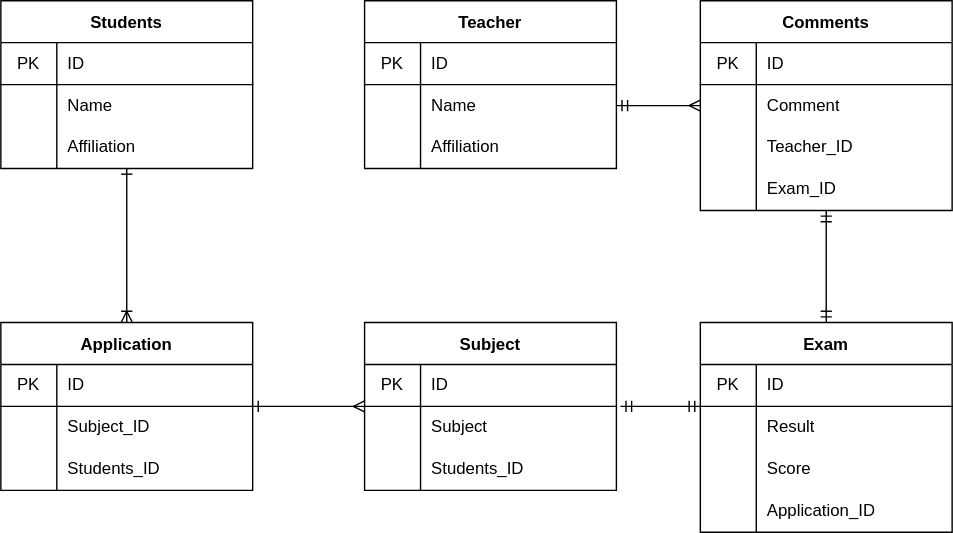
Above: task.drawio.svg in Atsuko-Yamamoto/20220925yamamoto (draw.io), before the change. Source tidied: cells renumbered, new cells last; positions are measured from the earlier drawing's top-left corner, leaving out a move shared by most shapes.
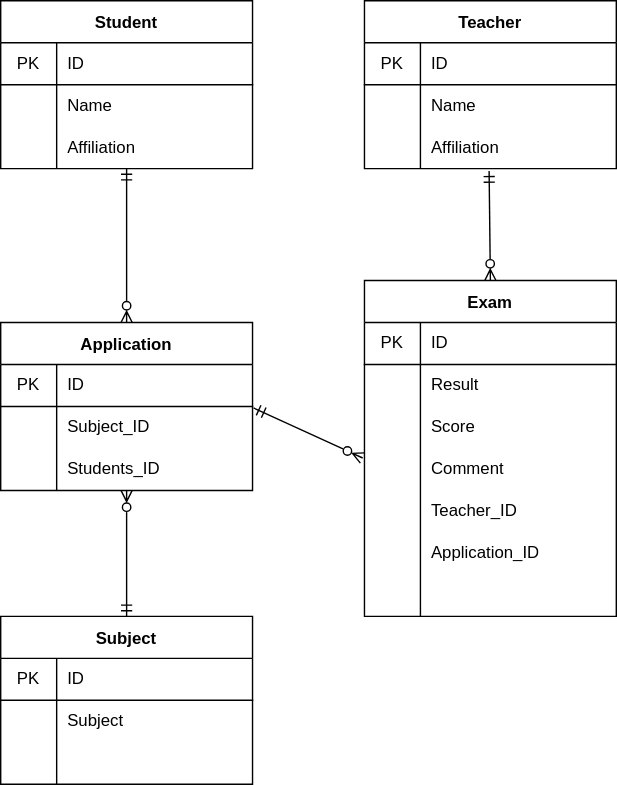
Later version of the same file.

Diff of the diagram source:
```diff
@@ -2,10 +2,10 @@
   <root>
     <mxCell id="0" />
     <mxCell id="1" parent="0" />
-    <mxCell id="2" style="edgeStyle=none;html=1;startArrow=ERone;startFill=0;endArrow=ERoneToMany;endFill=0;" parent="1" edge="1" source="3" target="24">
+    <mxCell id="2" style="edgeStyle=none;html=1;startArrow=ERmandOne;startFill=0;endArrow=ERzeroToMany;endFill=0;" parent="1" edge="1" source="3" target="24">
       <mxGeometry relative="1" as="geometry" />
     </mxCell>
-    <mxCell id="3" value="Students" style="shape=table;startSize=30;rowLines=0;fontStyle=1;align=center;" parent="1" vertex="1">
+    <mxCell id="3" value="Student" style="shape=table;startSize=30;rowLines=0;fontStyle=1;align=center;" parent="1" vertex="1">
       <mxGeometry width="180" height="120" as="geometry" />
     </mxCell>
     <mxCell id="4" style="shape=partialRectangle;html=1;whiteSpace=wrap;fillColor=none;top=0;left=0;bottom=1;right=0;" parent="3" vertex="1">
@@ -65,7 +65,7 @@
     <mxCell id="22" value="Affiliation" style="shape=partialRectangle;html=1;whiteSpace=wrap;fillColor=none;top=0;left=0;bottom=0;right=0;align=left;spacingLeft=6;overflow=hidden;" parent="20" vertex="1">
       <mxGeometry x="40" width="140" height="30" as="geometry" />
     </mxCell>
-    <mxCell id="23" style="edgeStyle=none;html=1;startArrow=ERone;startFill=0;endArrow=ERmany;endFill=0;" parent="1" edge="1" source="24" target="62">
+    <mxCell id="23" style="edgeStyle=none;html=1;startArrow=ERzeroToMany;startFill=0;endArrow=ERmandOne;endFill=0;" parent="1" edge="1" source="24" target="62">
       <mxGeometry relative="1" as="geometry" />
     </mxCell>
     <mxCell id="24" value="Application" style="shape=table;startSize=30;rowLines=0;fontStyle=1;align=center;" parent="1" vertex="1">
@@ -98,50 +98,8 @@
     <mxCell id="33" value="Students_ID" style="shape=partialRectangle;html=1;whiteSpace=wrap;fillColor=none;top=0;left=0;bottom=0;right=0;align=left;spacingLeft=6;overflow=hidden;" parent="31" vertex="1">
       <mxGeometry x="40" width="140" height="30" as="geometry" />
     </mxCell>
-    <mxCell id="34" style="edgeStyle=none;html=1;endArrow=ERmandOne;endFill=0;startArrow=ERmandOne;startFill=0;" parent="1" edge="1" source="35" target="48">
-      <mxGeometry relative="1" as="geometry" />
-    </mxCell>
-    <mxCell id="35" value="Exam" style="shape=table;startSize=30;rowLines=0;fontStyle=1;align=center;" parent="1" vertex="1">
-      <mxGeometry x="500" y="230" width="180" height="150" as="geometry" />
-    </mxCell>
-    <mxCell id="36" style="shape=partialRectangle;html=1;whiteSpace=wrap;fillColor=none;top=0;left=0;bottom=1;right=0;" parent="35" vertex="1">
-      <mxGeometry y="30" width="180" height="30" as="geometry" />
-    </mxCell>
-    <mxCell id="37" value="PK" style="shape=partialRectangle;html=1;whiteSpace=wrap;fillColor=none;top=0;left=0;bottom=0;right=0;overflow=hidden;" parent="36" vertex="1">
-      <mxGeometry width="40" height="30" as="geometry" />
-    </mxCell>
-    <mxCell id="38" value="ID" style="shape=partialRectangle;html=1;whiteSpace=wrap;fillColor=none;top=0;left=0;bottom=0;right=0;align=left;spacingLeft=6;overflow=hidden;" parent="36" vertex="1">
-      <mxGeometry x="40" width="140" height="30" as="geometry" />
-    </mxCell>
-    <mxCell id="39" style="shape=partialRectangle;html=1;whiteSpace=wrap;fillColor=none;top=0;left=0;bottom=0;right=0;" parent="35" vertex="1">
-      <mxGeometry y="60" width="180" height="30" as="geometry" />
-    </mxCell>
-    <mxCell id="40" style="shape=partialRectangle;html=1;whiteSpace=wrap;fillColor=none;top=0;left=0;bottom=0;right=0;overflow=hidden;" parent="39" vertex="1">
-      <mxGeometry width="40" height="30" as="geometry" />
-    </mxCell>
-    <mxCell id="41" value="Result" style="shape=partialRectangle;html=1;whiteSpace=wrap;fillColor=none;top=0;left=0;bottom=0;right=0;align=left;spacingLeft=6;overflow=hidden;" parent="39" vertex="1">
-      <mxGeometry x="40" width="140" height="30" as="geometry" />
-    </mxCell>
-    <mxCell id="42" style="shape=partialRectangle;html=1;whiteSpace=wrap;fillColor=none;top=0;left=0;bottom=0;right=0;" parent="35" vertex="1">
-      <mxGeometry y="90" width="180" height="30" as="geometry" />
-    </mxCell>
-    <mxCell id="43" style="shape=partialRectangle;html=1;whiteSpace=wrap;fillColor=none;top=0;left=0;bottom=0;right=0;overflow=hidden;" parent="42" vertex="1">
-      <mxGeometry width="40" height="30" as="geometry" />
-    </mxCell>
-    <mxCell id="44" value="Score" style="shape=partialRectangle;html=1;whiteSpace=wrap;fillColor=none;top=0;left=0;bottom=0;right=0;align=left;spacingLeft=6;overflow=hidden;" parent="42" vertex="1">
-      <mxGeometry x="40" width="140" height="30" as="geometry" />
-    </mxCell>
-    <mxCell id="45" style="shape=partialRectangle;html=1;whiteSpace=wrap;fillColor=none;top=0;left=0;bottom=0;right=0;" parent="35" vertex="1">
-      <mxGeometry y="120" width="180" height="30" as="geometry" />
-    </mxCell>
-    <mxCell id="46" style="shape=partialRectangle;html=1;whiteSpace=wrap;fillColor=none;top=0;left=0;bottom=0;right=0;overflow=hidden;" parent="45" vertex="1">
-      <mxGeometry width="40" height="30" as="geometry" />
-    </mxCell>
-    <mxCell id="47" value="Application_ID" style="shape=partialRectangle;html=1;whiteSpace=wrap;fillColor=none;top=0;left=0;bottom=0;right=0;align=left;spacingLeft=6;overflow=hidden;" parent="45" vertex="1">
-      <mxGeometry x="40" width="140" height="30" as="geometry" />
-    </mxCell>
-    <mxCell id="48" value="Comments" style="shape=table;startSize=30;rowLines=0;fontStyle=1;align=center;" parent="1" vertex="1">
-      <mxGeometry x="500" width="180" height="150" as="geometry" />
+    <mxCell id="48" value="Exam" style="shape=table;startSize=30;rowLines=0;fontStyle=1;align=center;" parent="1" vertex="1">
+      <mxGeometry x="260" y="200" width="180" height="240" as="geometry" />
     </mxCell>
     <mxCell id="49" style="shape=partialRectangle;html=1;whiteSpace=wrap;fillColor=none;top=0;left=0;bottom=1;right=0;" parent="48" vertex="1">
       <mxGeometry y="30" width="180" height="30" as="geometry" />
@@ -158,7 +116,7 @@
     <mxCell id="53" style="shape=partialRectangle;html=1;whiteSpace=wrap;fillColor=none;top=0;left=0;bottom=0;right=0;overflow=hidden;" parent="52" vertex="1">
       <mxGeometry width="40" height="30" as="geometry" />
     </mxCell>
-    <mxCell id="54" value="Comment" style="shape=partialRectangle;html=1;whiteSpace=wrap;fillColor=none;top=0;left=0;bottom=0;right=0;align=left;spacingLeft=6;overflow=hidden;" parent="52" vertex="1">
+    <mxCell id="54" value="Result" style="shape=partialRectangle;html=1;whiteSpace=wrap;fillColor=none;top=0;left=0;bottom=0;right=0;align=left;spacingLeft=6;overflow=hidden;" parent="52" vertex="1">
       <mxGeometry x="40" width="140" height="30" as="geometry" />
     </mxCell>
     <mxCell id="55" style="shape=partialRectangle;html=1;whiteSpace=wrap;fillColor=none;top=0;left=0;bottom=0;right=0;" parent="48" vertex="1">
@@ -167,7 +125,7 @@
     <mxCell id="56" style="shape=partialRectangle;html=1;whiteSpace=wrap;fillColor=none;top=0;left=0;bottom=0;right=0;overflow=hidden;" parent="55" vertex="1">
       <mxGeometry width="40" height="30" as="geometry" />
     </mxCell>
-    <mxCell id="57" value="Teacher_ID" style="shape=partialRectangle;html=1;whiteSpace=wrap;fillColor=none;top=0;left=0;bottom=0;right=0;align=left;spacingLeft=6;overflow=hidden;" parent="55" vertex="1">
+    <mxCell id="57" value="Score" style="shape=partialRectangle;html=1;whiteSpace=wrap;fillColor=none;top=0;left=0;bottom=0;right=0;align=left;spacingLeft=6;overflow=hidden;" parent="55" vertex="1">
       <mxGeometry x="40" width="140" height="30" as="geometry" />
     </mxCell>
     <mxCell id="58" style="shape=partialRectangle;html=1;whiteSpace=wrap;fillColor=none;top=0;left=0;bottom=0;right=0;points=[[0,0.5],[1,0.5]];portConstraint=eastwest;" parent="48" vertex="1">
@@ -176,14 +134,41 @@
     <mxCell id="59" style="shape=partialRectangle;html=1;whiteSpace=wrap;fillColor=none;top=0;left=0;bottom=0;right=0;overflow=hidden;" parent="58" vertex="1">
       <mxGeometry width="40" height="30" as="geometry" />
     </mxCell>
-    <mxCell id="60" value="Exam_ID" style="shape=partialRectangle;html=1;whiteSpace=wrap;fillColor=none;top=0;left=0;bottom=0;right=0;align=left;spacingLeft=6;overflow=hidden;" parent="58" vertex="1">
+    <mxCell id="60" value="Comment" style="shape=partialRectangle;html=1;whiteSpace=wrap;fillColor=none;top=0;left=0;bottom=0;right=0;align=left;spacingLeft=6;overflow=hidden;" parent="58" vertex="1">
       <mxGeometry x="40" width="140" height="30" as="geometry" />
     </mxCell>
+    <mxCell id="73" style="shape=partialRectangle;html=1;whiteSpace=wrap;fillColor=none;top=0;left=0;bottom=0;right=0;" parent="48" vertex="1">
+      <mxGeometry y="150" width="180" height="30" as="geometry" />
+    </mxCell>
+    <mxCell id="74" style="shape=partialRectangle;html=1;whiteSpace=wrap;fillColor=none;top=0;left=0;bottom=0;right=0;overflow=hidden;" parent="73" vertex="1">
+      <mxGeometry width="40" height="30" as="geometry" />
+    </mxCell>
+    <mxCell id="75" value="Teacher_ID" style="shape=partialRectangle;html=1;whiteSpace=wrap;fillColor=none;top=0;left=0;bottom=0;right=0;align=left;spacingLeft=6;overflow=hidden;" parent="73" vertex="1">
+      <mxGeometry x="40" width="140" height="30" as="geometry" />
+    </mxCell>
+    <mxCell id="76" style="shape=partialRectangle;html=1;whiteSpace=wrap;fillColor=none;top=0;left=0;bottom=0;right=0;" parent="48" vertex="1">
+      <mxGeometry y="180" width="180" height="30" as="geometry" />
+    </mxCell>
+    <mxCell id="77" style="shape=partialRectangle;html=1;whiteSpace=wrap;fillColor=none;top=0;left=0;bottom=0;right=0;overflow=hidden;" parent="76" vertex="1">
+      <mxGeometry width="40" height="30" as="geometry" />
+    </mxCell>
+    <mxCell id="47" value="Application_ID" style="shape=partialRectangle;html=1;whiteSpace=wrap;fillColor=none;top=0;left=0;bottom=0;right=0;align=left;spacingLeft=6;overflow=hidden;" parent="76" vertex="1">
+      <mxGeometry x="40" width="140" height="30" as="geometry" />
+    </mxCell>
+    <mxCell id="78" style="shape=partialRectangle;html=1;whiteSpace=wrap;fillColor=none;top=0;left=0;bottom=0;right=0;" parent="48" vertex="1">
+      <mxGeometry y="210" width="180" height="30" as="geometry" />
+    </mxCell>
+    <mxCell id="79" style="shape=partialRectangle;html=1;whiteSpace=wrap;fillColor=none;top=0;left=0;bottom=0;right=0;overflow=hidden;" parent="78" vertex="1">
+      <mxGeometry width="40" height="30" as="geometry" />
+    </mxCell>
+    <mxCell id="80" style="shape=partialRectangle;html=1;whiteSpace=wrap;fillColor=none;top=0;left=0;bottom=0;right=0;align=left;spacingLeft=6;overflow=hidden;" parent="78" vertex="1">
+      <mxGeometry x="40" width="140" height="30" as="geometry" />
+    </mxCell>
-    <mxCell id="61" style="endArrow=ERmany;html=1;exitX=1;exitY=0.5;exitDx=0;exitDy=0;entryX=0;entryY=0.5;entryDx=0;entryDy=0;endFill=0;startArrow=ERmandOne;startFill=0;" parent="1" edge="1" source="17" target="52">
+    <mxCell id="61" style="endArrow=ERzeroToMany;html=1;exitX=0.495;exitY=1.055;exitDx=0;exitDy=0;entryX=0.5;entryY=0;entryDx=0;entryDy=0;endFill=0;startArrow=ERmandOne;startFill=0;exitPerimeter=0;" parent="1" edge="1" source="20" target="48">
       <mxGeometry relative="1" as="geometry" />
     </mxCell>
     <mxCell id="62" value="Subject" style="shape=table;startSize=30;rowLines=0;fontStyle=1;align=center;" parent="1" vertex="1">
-      <mxGeometry x="260" y="230" width="180" height="120" as="geometry" />
+      <mxGeometry y="440" width="180" height="120" as="geometry" />
     </mxCell>
     <mxCell id="63" style="shape=partialRectangle;html=1;whiteSpace=wrap;fillColor=none;top=0;left=0;bottom=1;right=0;points=[[0,0.5],[1,0.5]];portConstraint=eastwest;" parent="62" vertex="1">
       <mxGeometry y="30" width="180" height="30" as="geometry" />
@@ -209,13 +194,11 @@
     <mxCell id="70" style="shape=partialRectangle;html=1;whiteSpace=wrap;fillColor=none;top=0;left=0;bottom=0;right=0;overflow=hidden;" parent="69" vertex="1">
       <mxGeometry width="40" height="30" as="geometry" />
     </mxCell>
-    <mxCell id="71" value="Students_ID" style="shape=partialRectangle;html=1;whiteSpace=wrap;fillColor=none;top=0;left=0;bottom=0;right=0;align=left;spacingLeft=6;overflow=hidden;" parent="69" vertex="1">
+    <mxCell id="71" style="shape=partialRectangle;html=1;whiteSpace=wrap;fillColor=none;top=0;left=0;bottom=0;right=0;align=left;spacingLeft=6;overflow=hidden;" parent="69" vertex="1">
       <mxGeometry x="40" width="140" height="30" as="geometry" />
     </mxCell>
-    <mxCell id="72" style="endArrow=ERmandOne;html=1;exitX=1.016;exitY=1;exitDx=0;exitDy=0;exitPerimeter=0;startArrow=ERmandOne;startFill=0;endFill=0;" parent="1" edge="1" source="63">
-      <mxGeometry relative="1" as="geometry">
-        <mxPoint x="500" y="290" as="targetPoint" />
-      </mxGeometry>
-    </mxCell>
+    <mxCell id="81" style="endArrow=ERzeroToMany;html=1;exitX=1.004;exitY=0.035;exitDx=0;exitDy=0;exitPerimeter=0;entryX=-0.007;entryY=0.227;entryDx=0;entryDy=0;entryPerimeter=0;endFill=0;startArrow=ERmandOne;startFill=0;" parent="1" edge="1" source="28" target="58">
+      <mxGeometry relative="1" as="geometry" />
+    </mxCell>
   </root>
 </mxGraphModel>
```
